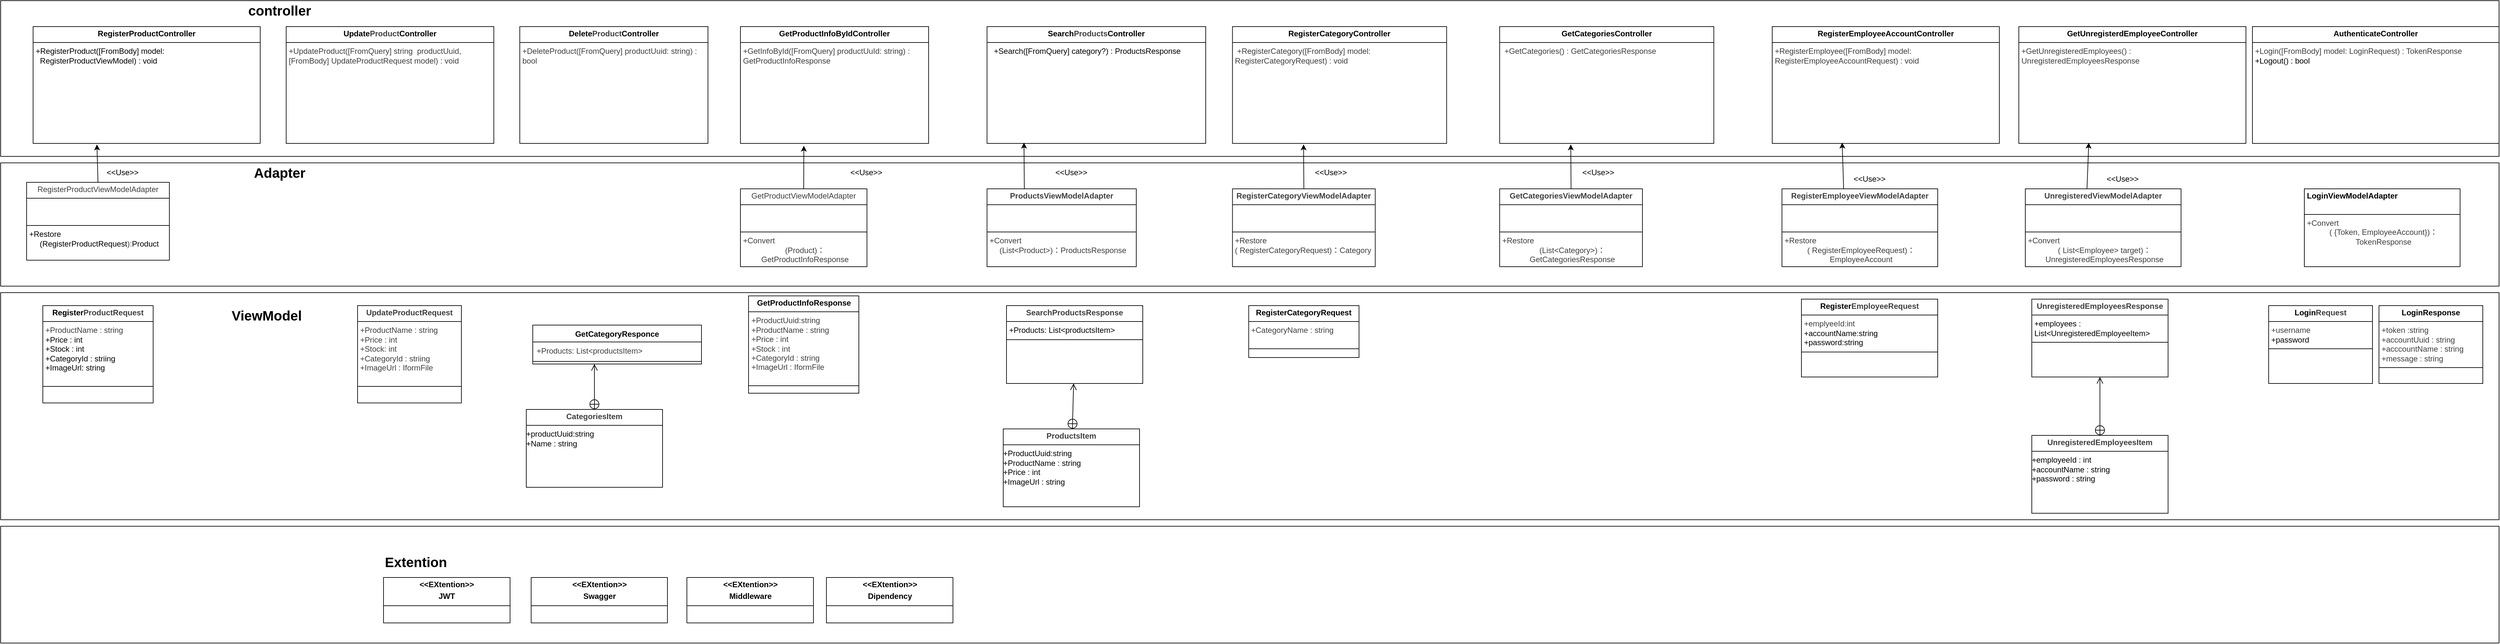
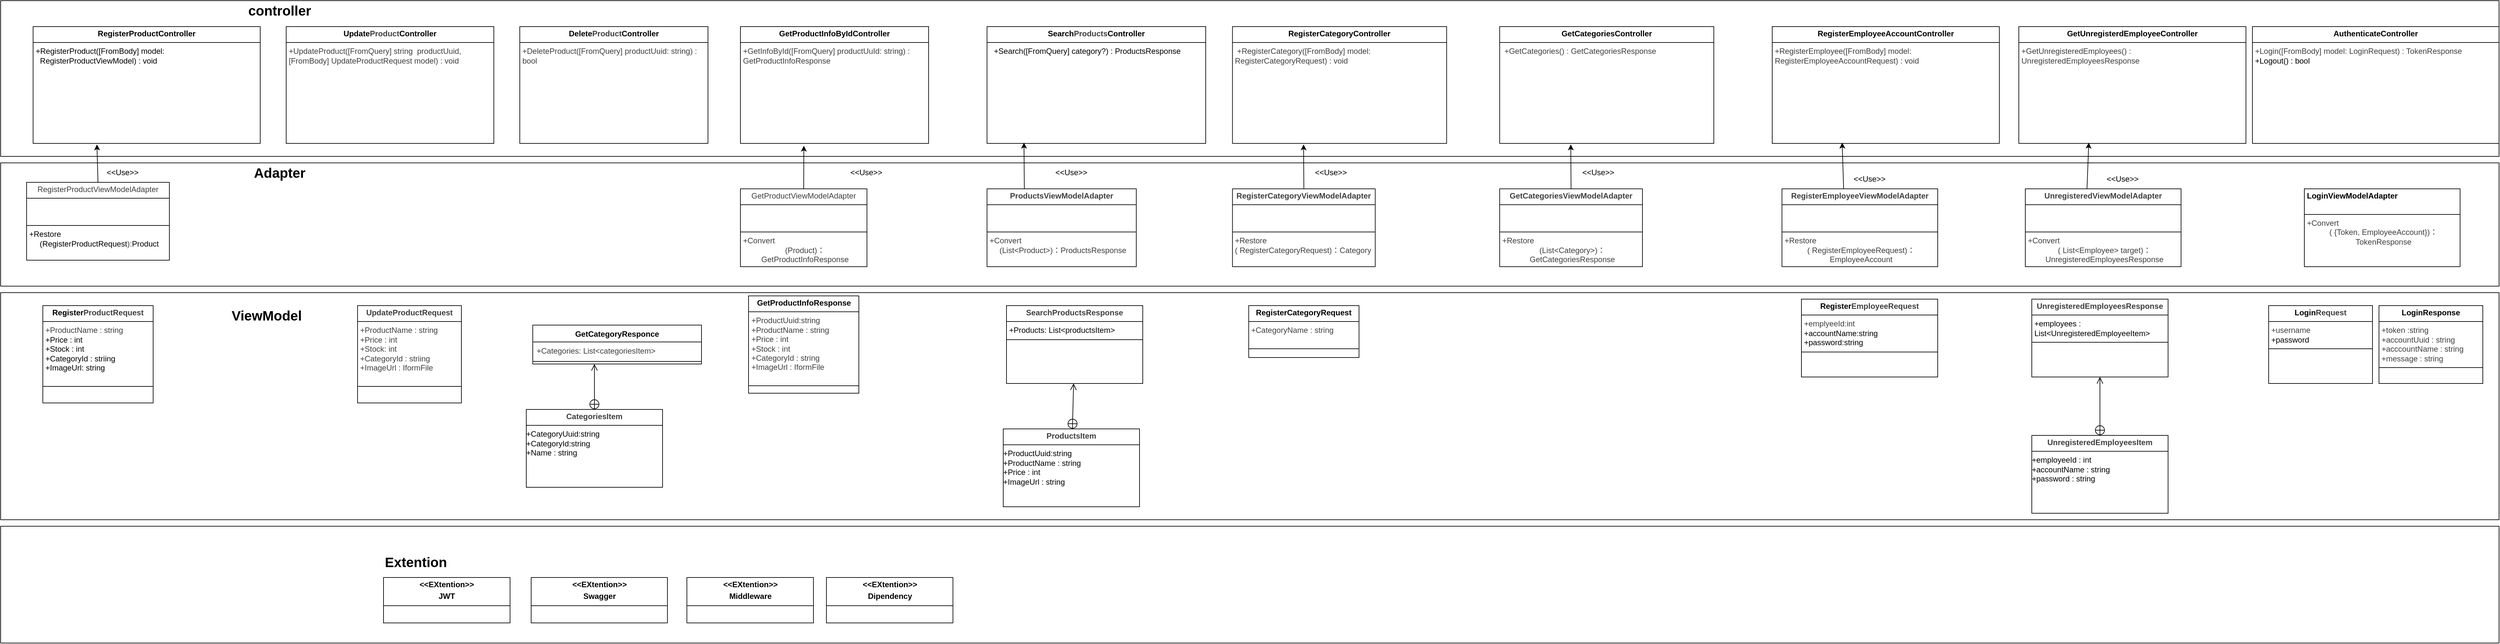
<mxfile host="65bd71144e">
    <diagram id="EApjV0AEF5bl3lN2ML2e" name="ページ1">
        <mxGraphModel dx="2870" dy="493" grid="1" gridSize="10" guides="1" tooltips="1" connect="1" arrows="1" fold="1" page="1" pageScale="1" pageWidth="827" pageHeight="1169" math="0" shadow="0">
            <root>
                <mxCell id="0"/>
                <mxCell id="1" parent="0"/>
                <mxCell id="115" value="" style="rounded=0;whiteSpace=wrap;html=1;" parent="1" vertex="1">
                    <mxGeometry x="-1030" y="1640" width="3850" height="180" as="geometry"/>
                </mxCell>
                <mxCell id="110" value="" style="rounded=0;whiteSpace=wrap;html=1;" parent="1" vertex="1">
                    <mxGeometry x="-1030" y="1280" width="3850" height="350" as="geometry"/>
                </mxCell>
                <mxCell id="108" value="" style="rounded=0;whiteSpace=wrap;html=1;" parent="1" vertex="1">
                    <mxGeometry x="-1030" y="830" width="3850" height="240" as="geometry"/>
                </mxCell>
                <mxCell id="66" value="" style="rounded=0;whiteSpace=wrap;html=1;" parent="1" vertex="1">
                    <mxGeometry x="-1030" y="1080" width="3850" height="190" as="geometry"/>
                </mxCell>
                <mxCell id="2" value="&lt;p style=&quot;margin:0px;margin-top:4px;text-align:center;&quot;&gt;&lt;b&gt;RegisterProductController&lt;/b&gt;&lt;/p&gt;&lt;hr size=&quot;1&quot; style=&quot;border-style:solid;&quot;&gt;&lt;p style=&quot;margin:0px;margin-left:4px;&quot;&gt;+RegisterProduct([FromBody] model:&amp;nbsp; &amp;nbsp;&amp;nbsp;&lt;/p&gt;&lt;p style=&quot;margin:0px;margin-left:4px;&quot;&gt;&amp;nbsp; RegisterProductViewModel) : void&lt;/p&gt;&lt;div&gt;&lt;br&gt;&lt;/div&gt;" style="verticalAlign=top;align=left;overflow=fill;html=1;whiteSpace=wrap;" parent="1" vertex="1">
                    <mxGeometry x="-980" y="870" width="350" height="180" as="geometry"/>
                </mxCell>
                <mxCell id="3" value="&lt;p style=&quot;margin:0px;margin-top:4px;text-align:center;&quot;&gt;&lt;b&gt;Register&lt;span style=&quot;color: rgb(63, 63, 63);&quot;&gt;ProductRequest&lt;/span&gt;&lt;/b&gt;&lt;/p&gt;&lt;hr size=&quot;1&quot; style=&quot;border-style:solid;&quot;&gt;&lt;p style=&quot;margin:0px;margin-left:4px;&quot;&gt;&lt;span style=&quot;color: rgb(63, 63, 63); background-color: transparent;&quot;&gt;+ProductName : string&lt;/span&gt;&lt;/p&gt;&lt;p style=&quot;margin:0px;margin-left:4px;&quot;&gt;+Price : int&lt;/p&gt;&lt;p style=&quot;margin:0px;margin-left:4px;&quot;&gt;+Stock : int&lt;/p&gt;&lt;p style=&quot;margin:0px;margin-left:4px;&quot;&gt;+CategoryId : striing&lt;/p&gt;&lt;p style=&quot;margin:0px;margin-left:4px;&quot;&gt;+ImageUrl: string&lt;/p&gt;&lt;p style=&quot;margin:0px;margin-left:4px;&quot;&gt;&lt;br&gt;&lt;/p&gt;&lt;hr size=&quot;1&quot; style=&quot;border-style:solid;&quot;&gt;&lt;p style=&quot;margin:0px;margin-left:4px;&quot;&gt;&lt;br&gt;&lt;/p&gt;" style="verticalAlign=top;align=left;overflow=fill;html=1;whiteSpace=wrap;" parent="1" vertex="1">
                    <mxGeometry x="-965" y="1300" width="170" height="150" as="geometry"/>
                </mxCell>
                <mxCell id="4" value="&lt;p style=&quot;margin:0px;margin-top:4px;text-align:center;&quot;&gt;&lt;span style=&quot;color: rgb(63, 63, 63); background-color: transparent;&quot;&gt;Register&lt;span style=&quot;color: rgb(63, 63, 63); scrollbar-color: rgb(226, 226, 226) rgb(251, 251, 251);&quot;&gt;Product&lt;/span&gt;ViewModelAdapter&lt;/span&gt;&lt;/p&gt;&lt;hr size=&quot;1&quot; style=&quot;border-style:solid;&quot;&gt;&lt;p style=&quot;margin:0px;margin-left:4px;&quot;&gt;&lt;br&gt;&lt;/p&gt;&lt;p style=&quot;margin:0px;margin-left:4px;&quot;&gt;&lt;br&gt;&lt;/p&gt;&lt;hr size=&quot;1&quot; style=&quot;border-style:solid;&quot;&gt;&lt;p style=&quot;margin:0px;margin-left:4px;&quot;&gt;+Restore&lt;/p&gt;&lt;p style=&quot;text-align: center; margin: 0px 0px 0px 4px;&quot;&gt;&lt;span style=&quot;background-color: transparent;&quot;&gt;(RegisterProductRequest&lt;/span&gt;&lt;span style=&quot;background-color: transparent; color: rgb(63, 63, 63);&quot;&gt;):&lt;/span&gt;&lt;span style=&quot;background-color: transparent;&quot;&gt;Product&lt;/span&gt;&lt;/p&gt;" style="verticalAlign=top;align=left;overflow=fill;html=1;whiteSpace=wrap;" parent="1" vertex="1">
                    <mxGeometry x="-990" y="1110" width="220" height="120" as="geometry"/>
                </mxCell>
                <mxCell id="5" value="&lt;p style=&quot;margin:0px;margin-top:4px;text-align:center;&quot;&gt;&lt;b&gt;Update&lt;/b&gt;&lt;b style=&quot;color: rgb(63, 63, 63); scrollbar-color: rgb(226, 226, 226) rgb(251, 251, 251);&quot;&gt;Product&lt;/b&gt;&lt;b&gt;Controller&lt;/b&gt;&lt;/p&gt;&lt;hr size=&quot;1&quot; style=&quot;border-style:solid;&quot;&gt;&lt;p style=&quot;margin:0px;margin-left:4px;&quot;&gt;&lt;/p&gt;&lt;p style=&quot;margin:0px;margin-left:4px;&quot;&gt;&lt;span style=&quot;color: rgb(63, 63, 63); background-color: transparent;&quot;&gt;+UpdateProduct([FromQuery] string&amp;nbsp; productUuid,&amp;nbsp; [FromBody] UpdateProductRequest model) : void&lt;/span&gt;&lt;/p&gt;" style="verticalAlign=top;align=left;overflow=fill;html=1;whiteSpace=wrap;" parent="1" vertex="1">
                    <mxGeometry x="-590" y="870" width="320" height="180" as="geometry"/>
                </mxCell>
                <mxCell id="6" value="&lt;p style=&quot;margin:0px;margin-top:4px;text-align:center;&quot;&gt;&lt;b&gt;Delete&lt;/b&gt;&lt;b style=&quot;color: rgb(63, 63, 63); scrollbar-color: rgb(226, 226, 226) rgb(251, 251, 251);&quot;&gt;Product&lt;/b&gt;&lt;b&gt;Controller&lt;/b&gt;&lt;/p&gt;&lt;hr size=&quot;1&quot; style=&quot;border-style:solid;&quot;&gt;&lt;p style=&quot;color: rgb(63, 63, 63); scrollbar-color: rgb(226, 226, 226) rgb(251, 251, 251); margin: 0px 0px 0px 4px;&quot;&gt;&lt;span style=&quot;background-color: transparent;&quot;&gt;+DeleteProduct([FromQuery] productUuid: string) : bool&lt;/span&gt;&lt;/p&gt;" style="verticalAlign=top;align=left;overflow=fill;html=1;whiteSpace=wrap;" parent="1" vertex="1">
                    <mxGeometry x="-230" y="870" width="290" height="180" as="geometry"/>
                </mxCell>
                <mxCell id="7" value="&lt;p style=&quot;margin:0px;margin-top:4px;text-align:center;&quot;&gt;&lt;b&gt;Search&lt;/b&gt;&lt;b style=&quot;color: rgb(63, 63, 63); scrollbar-color: rgb(226, 226, 226) rgb(251, 251, 251);&quot;&gt;Products&lt;/b&gt;&lt;b&gt;Controller&lt;/b&gt;&lt;/p&gt;&lt;hr size=&quot;1&quot; style=&quot;border-style:solid;&quot;&gt;&lt;p style=&quot;margin:0px;margin-left:4px;&quot;&gt;&amp;nbsp; +Search([FromQuery] category?) : ProductsResponse&lt;/p&gt;" style="verticalAlign=top;align=left;overflow=fill;html=1;whiteSpace=wrap;" parent="1" vertex="1">
                    <mxGeometry x="490" y="870" width="337" height="180" as="geometry"/>
                </mxCell>
                <mxCell id="8" value="&lt;p style=&quot;margin:0px;margin-top:4px;text-align:center;&quot;&gt;&lt;b&gt;RegisterEmployeeAccountController&lt;/b&gt;&lt;/p&gt;&lt;hr size=&quot;1&quot; style=&quot;border-style:solid;&quot;&gt;&lt;p style=&quot;margin:0px;margin-left:4px;&quot;&gt;&lt;span style=&quot;color: rgb(63, 63, 63); background-color: transparent;&quot;&gt;+RegisterEmployee([FromBody] model: RegisterEmployeeAccountRequest) : void&lt;/span&gt;&lt;/p&gt;&lt;div&gt;&lt;br&gt;&lt;/div&gt;" style="verticalAlign=top;align=left;overflow=fill;html=1;whiteSpace=wrap;" parent="1" vertex="1">
                    <mxGeometry x="1700" y="870" width="350" height="180" as="geometry"/>
                </mxCell>
                <mxCell id="9" value="&lt;p style=&quot;margin:0px;margin-top:4px;text-align:center;&quot;&gt;&lt;b&gt;AuthenticateController&lt;/b&gt;&lt;/p&gt;&lt;hr size=&quot;1&quot; style=&quot;border-style:solid;&quot;&gt;&lt;p style=&quot;margin:0px;margin-left:4px;&quot;&gt;&lt;span style=&quot;color: rgb(63, 63, 63); background-color: transparent;&quot;&gt;+Login([FromBody] model: LoginRequest) : TokenResponse&amp;nbsp;&lt;/span&gt;&lt;/p&gt;&lt;p style=&quot;margin:0px;margin-left:4px;&quot;&gt;+Logout() : bool&lt;/p&gt;" style="verticalAlign=top;align=left;overflow=fill;html=1;whiteSpace=wrap;" parent="1" vertex="1">
                    <mxGeometry x="2440" y="870" width="380" height="180" as="geometry"/>
                </mxCell>
                <mxCell id="10" value="&lt;p style=&quot;margin:0px;margin-top:4px;text-align:center;&quot;&gt;&lt;b&gt;&lt;span style=&quot;background-color: transparent; color: rgb(63, 63, 63); scrollbar-color: rgb(226, 226, 226) rgb(251, 251, 251);&quot;&gt;Update&lt;/span&gt;&lt;span style=&quot;color: rgb(63, 63, 63);&quot;&gt;ProductRequest&lt;/span&gt;&lt;/b&gt;&lt;/p&gt;&lt;hr size=&quot;1&quot; style=&quot;border-style:solid;&quot;&gt;&lt;p style=&quot;color: rgb(63, 63, 63); scrollbar-color: rgb(226, 226, 226) rgb(251, 251, 251); margin: 0px 0px 0px 4px;&quot;&gt;&lt;span style=&quot;scrollbar-color: rgb(226, 226, 226) rgb(251, 251, 251); background-color: transparent; color: rgb(63, 63, 63);&quot;&gt;+ProductName : string&lt;/span&gt;&lt;/p&gt;&lt;p style=&quot;color: rgb(63, 63, 63); scrollbar-color: rgb(226, 226, 226) rgb(251, 251, 251); margin: 0px 0px 0px 4px;&quot;&gt;+Price : int&lt;/p&gt;&lt;p style=&quot;color: rgb(63, 63, 63); scrollbar-color: rgb(226, 226, 226) rgb(251, 251, 251); margin: 0px 0px 0px 4px;&quot;&gt;+Stock: int&lt;/p&gt;&lt;p style=&quot;color: rgb(63, 63, 63); scrollbar-color: rgb(226, 226, 226) rgb(251, 251, 251); margin: 0px 0px 0px 4px;&quot;&gt;+CategoryId : striing&lt;/p&gt;&lt;p style=&quot;color: rgb(63, 63, 63); scrollbar-color: rgb(226, 226, 226) rgb(251, 251, 251); margin: 0px 0px 0px 4px;&quot;&gt;+ImageUrl : IformFile&lt;/p&gt;&lt;p style=&quot;color: rgb(63, 63, 63); scrollbar-color: rgb(226, 226, 226) rgb(251, 251, 251); margin: 0px 0px 0px 4px;&quot;&gt;&lt;br style=&quot;color: rgb(63, 63, 63); scrollbar-color: rgb(226, 226, 226) rgb(251, 251, 251);&quot;&gt;&lt;/p&gt;&lt;hr size=&quot;1&quot; style=&quot;border-style:solid;&quot;&gt;&lt;p style=&quot;margin:0px;margin-left:4px;&quot;&gt;&lt;br&gt;&lt;/p&gt;" style="verticalAlign=top;align=left;overflow=fill;html=1;whiteSpace=wrap;" parent="1" vertex="1">
                    <mxGeometry x="-480" y="1300" width="160" height="150" as="geometry"/>
                </mxCell>
                <mxCell id="12" value="&lt;p style=&quot;margin:0px;margin-top:4px;text-align:center;&quot;&gt;&lt;b&gt;Register&lt;/b&gt;&lt;b style=&quot;scrollbar-color: rgb(226, 226, 226) rgb(251, 251, 251); background-color: transparent; color: rgb(63, 63, 63);&quot;&gt;EmployeeRequest&lt;/b&gt;&lt;/p&gt;&lt;hr size=&quot;1&quot; style=&quot;border-style:solid;&quot;&gt;&lt;p style=&quot;margin:0px;margin-left:4px;&quot;&gt;&lt;span style=&quot;color: rgb(63, 63, 63); background-color: transparent;&quot;&gt;+emplyeeId:int&lt;/span&gt;&lt;/p&gt;&lt;p style=&quot;margin:0px;margin-left:4px;&quot;&gt;+accountName:string&lt;/p&gt;&lt;p style=&quot;margin:0px;margin-left:4px;&quot;&gt;+password:string&lt;/p&gt;&lt;hr size=&quot;1&quot; style=&quot;border-style:solid;&quot;&gt;&lt;p style=&quot;margin:0px;margin-left:4px;&quot;&gt;&lt;br&gt;&lt;/p&gt;" style="verticalAlign=top;align=left;overflow=fill;html=1;whiteSpace=wrap;" parent="1" vertex="1">
                    <mxGeometry x="1745" y="1290" width="210" height="120" as="geometry"/>
                </mxCell>
                <mxCell id="13" value="&lt;p style=&quot;margin:0px;margin-top:4px;text-align:center;&quot;&gt;&lt;b style=&quot;color: rgb(63, 63, 63); background-color: transparent;&quot;&gt;Register&lt;span style=&quot;color: rgb(63, 63, 63);&quot;&gt;Employee&lt;/span&gt;ViewModelAdapter&lt;/b&gt;&lt;/p&gt;&lt;hr size=&quot;1&quot; style=&quot;border-style:solid;&quot;&gt;&lt;p style=&quot;margin:0px;margin-left:4px;&quot;&gt;&lt;br&gt;&lt;/p&gt;&lt;p style=&quot;margin:0px;margin-left:4px;&quot;&gt;&lt;br&gt;&lt;/p&gt;&lt;hr size=&quot;1&quot; style=&quot;border-style:solid;&quot;&gt;&lt;p style=&quot;margin:0px;margin-left:4px;&quot;&gt;&lt;span style=&quot;color: rgb(63, 63, 63); scrollbar-color: rgb(226, 226, 226) rgb(251, 251, 251); background-color: transparent;&quot;&gt;+Restore&lt;/span&gt;&lt;/p&gt;&lt;p style=&quot;text-align: center; margin: 0px 0px 0px 4px;&quot;&gt;&lt;span style=&quot;color: rgb(63, 63, 63); scrollbar-color: rgb(226, 226, 226) rgb(251, 251, 251); background-color: transparent;&quot;&gt;(&lt;/span&gt;&lt;span style=&quot;scrollbar-color: rgb(226, 226, 226) rgb(251, 251, 251); background-color: transparent; text-align: center; color: rgb(63, 63, 63);&quot;&gt;&amp;nbsp;RegisterEmployeeRequest&lt;/span&gt;&lt;span style=&quot;background-color: transparent; scrollbar-color: rgb(226, 226, 226) rgb(251, 251, 251); color: rgb(63, 63, 63);&quot;&gt;)&lt;/span&gt;&lt;span style=&quot;background-color: transparent; color: rgb(63, 63, 63);&quot;&gt;：EmployeeAccount&lt;/span&gt;&lt;/p&gt;" style="verticalAlign=top;align=left;overflow=fill;html=1;whiteSpace=wrap;" parent="1" vertex="1">
                    <mxGeometry x="1715" y="1120" width="240" height="120" as="geometry"/>
                </mxCell>
                <mxCell id="16" value="&lt;p style=&quot;margin:0px;margin-top:4px;text-align:center;&quot;&gt;&lt;b&gt;Login&lt;span style=&quot;color: rgb(63, 63, 63);&quot;&gt;Request&lt;/span&gt;&lt;/b&gt;&lt;/p&gt;&lt;hr size=&quot;1&quot; style=&quot;border-style:solid;&quot;&gt;&lt;p style=&quot;margin:0px;margin-left:4px;&quot;&gt;&lt;span style=&quot;color: rgb(63, 63, 63); background-color: transparent;&quot;&gt;+username&lt;/span&gt;&lt;/p&gt;&lt;p style=&quot;margin:0px;margin-left:4px;&quot;&gt;+password&lt;/p&gt;&lt;hr size=&quot;1&quot; style=&quot;border-style:solid;&quot;&gt;&lt;p style=&quot;margin:0px;margin-left:4px;&quot;&gt;&lt;br&gt;&lt;/p&gt;" style="verticalAlign=top;align=left;overflow=fill;html=1;whiteSpace=wrap;" parent="1" vertex="1">
                    <mxGeometry x="2465" y="1300" width="160" height="120" as="geometry"/>
                </mxCell>
                <mxCell id="17" value="&lt;p style=&quot;margin:0px;margin-top:4px;text-align:center;&quot;&gt;&lt;b&gt;LoginResponse&lt;/b&gt;&lt;/p&gt;&lt;hr size=&quot;1&quot; style=&quot;border-style:solid;&quot;&gt;&lt;p style=&quot;margin:0px;margin-left:4px;&quot;&gt;&lt;span style=&quot;color: rgb(63, 63, 63); background-color: transparent;&quot;&gt;+token :string&lt;/span&gt;&lt;/p&gt;&lt;p style=&quot;margin:0px;margin-left:4px;&quot;&gt;&lt;span style=&quot;color: rgb(63, 63, 63); background-color: transparent;&quot;&gt;+accountUuid : string&lt;/span&gt;&lt;/p&gt;&lt;p style=&quot;margin:0px;margin-left:4px;&quot;&gt;&lt;span style=&quot;color: rgb(63, 63, 63); background-color: transparent;&quot;&gt;+acccountName : string&lt;/span&gt;&lt;/p&gt;&lt;p style=&quot;margin:0px;margin-left:4px;&quot;&gt;&lt;span style=&quot;color: rgb(63, 63, 63); background-color: transparent;&quot;&gt;+message : string&lt;/span&gt;&lt;/p&gt;&lt;hr size=&quot;1&quot; style=&quot;border-style:solid;&quot;&gt;&lt;p style=&quot;margin:0px;margin-left:4px;&quot;&gt;&lt;br&gt;&lt;/p&gt;" style="verticalAlign=top;align=left;overflow=fill;html=1;whiteSpace=wrap;" parent="1" vertex="1">
                    <mxGeometry x="2635" y="1300" width="160" height="120" as="geometry"/>
                </mxCell>
                <mxCell id="18" value="&lt;p style=&quot;margin:0px;margin-top:4px;text-align:center;&quot;&gt;&lt;b&gt;&amp;lt;&amp;lt;EXtention&amp;gt;&amp;gt;&lt;/b&gt;&lt;/p&gt;&lt;p style=&quot;margin:0px;margin-top:4px;text-align:center;&quot;&gt;&lt;b&gt;JWT&lt;/b&gt;&lt;/p&gt;&lt;hr size=&quot;1&quot; style=&quot;border-style:solid;&quot;&gt;&lt;p style=&quot;margin:0px;margin-left:4px;&quot;&gt;&lt;br&gt;&lt;/p&gt;&lt;p style=&quot;margin:0px;margin-left:4px;&quot;&gt;&lt;br&gt;&lt;/p&gt;&lt;hr size=&quot;1&quot; style=&quot;border-style:solid;&quot;&gt;&lt;p style=&quot;margin:0px;margin-left:4px;&quot;&gt;&lt;br&gt;&lt;/p&gt;&lt;p style=&quot;margin:0px;margin-left:4px;&quot;&gt;&lt;br&gt;&lt;/p&gt;" style="verticalAlign=top;align=left;overflow=fill;html=1;whiteSpace=wrap;" parent="1" vertex="1">
                    <mxGeometry x="-440" y="1719" width="195" height="70" as="geometry"/>
                </mxCell>
                <mxCell id="19" value="&lt;p style=&quot;margin:0px;margin-top:4px;text-align:center;&quot;&gt;&lt;b&gt;&amp;lt;&amp;lt;EXtention&amp;gt;&amp;gt;&lt;/b&gt;&lt;/p&gt;&lt;p style=&quot;margin:0px;margin-top:4px;text-align:center;&quot;&gt;&lt;b&gt;Swagger&lt;/b&gt;&lt;/p&gt;&lt;hr size=&quot;1&quot; style=&quot;border-style:solid;&quot;&gt;&lt;p style=&quot;margin:0px;margin-left:4px;&quot;&gt;&lt;br&gt;&lt;/p&gt;&lt;p style=&quot;margin:0px;margin-left:4px;&quot;&gt;&lt;br&gt;&lt;/p&gt;&lt;hr size=&quot;1&quot; style=&quot;border-style:solid;&quot;&gt;&lt;p style=&quot;margin:0px;margin-left:4px;&quot;&gt;&lt;br&gt;&lt;/p&gt;" style="verticalAlign=top;align=left;overflow=fill;html=1;whiteSpace=wrap;" parent="1" vertex="1">
                    <mxGeometry x="-212.5" y="1719" width="210" height="70" as="geometry"/>
                </mxCell>
                <mxCell id="20" value="&lt;p style=&quot;margin:0px;margin-top:4px;text-align:center;&quot;&gt;&lt;b&gt;&amp;lt;&amp;lt;EXtention&amp;gt;&amp;gt;&lt;/b&gt;&lt;/p&gt;&lt;p style=&quot;margin:0px;margin-top:4px;text-align:center;&quot;&gt;&lt;b&gt;Middleware&lt;/b&gt;&lt;/p&gt;&lt;hr size=&quot;1&quot; style=&quot;border-style:solid;&quot;&gt;&lt;p style=&quot;margin:0px;margin-left:4px;&quot;&gt;&lt;br&gt;&lt;/p&gt;&lt;hr size=&quot;1&quot; style=&quot;border-style:solid;&quot;&gt;&lt;p style=&quot;margin:0px;margin-left:4px;&quot;&gt;&lt;br&gt;&lt;/p&gt;" style="verticalAlign=top;align=left;overflow=fill;html=1;whiteSpace=wrap;" parent="1" vertex="1">
                    <mxGeometry x="27.5" y="1719" width="195" height="70" as="geometry"/>
                </mxCell>
                <mxCell id="21" value="&lt;p style=&quot;margin:0px;margin-top:4px;text-align:center;&quot;&gt;&lt;b&gt;&amp;lt;&amp;lt;EXtention&amp;gt;&amp;gt;&lt;/b&gt;&lt;/p&gt;&lt;p style=&quot;margin:0px;margin-top:4px;text-align:center;&quot;&gt;&lt;b&gt;Dipendency&lt;/b&gt;&lt;/p&gt;&lt;hr size=&quot;1&quot; style=&quot;border-style:solid;&quot;&gt;&lt;p style=&quot;margin:0px;margin-left:4px;&quot;&gt;&lt;br&gt;&lt;/p&gt;&lt;hr size=&quot;1&quot; style=&quot;border-style:solid;&quot;&gt;&lt;p style=&quot;margin:0px;margin-left:4px;&quot;&gt;&lt;br&gt;&lt;/p&gt;&lt;p style=&quot;margin:0px;margin-left:4px;&quot;&gt;&lt;br&gt;&lt;/p&gt;" style="verticalAlign=top;align=left;overflow=fill;html=1;whiteSpace=wrap;" parent="1" vertex="1">
                    <mxGeometry x="242.5" y="1719" width="195" height="70" as="geometry"/>
                </mxCell>
                <mxCell id="22" value="&lt;p style=&quot;margin:0px;margin-top:4px;text-align:center;&quot;&gt;&lt;b&gt;RegisterCategoryController&lt;/b&gt;&lt;/p&gt;&lt;hr size=&quot;1&quot; style=&quot;border-style:solid;&quot;&gt;&lt;p style=&quot;margin:0px;margin-left:4px;&quot;&gt;&lt;/p&gt;&lt;p style=&quot;margin:0px;margin-left:4px;&quot;&gt;&lt;span style=&quot;color: rgb(63, 63, 63); background-color: transparent;&quot;&gt;&amp;nbsp;+RegisterCategory([FromBody] model: RegisterCategoryRequest) : void&lt;/span&gt;&lt;/p&gt;" style="verticalAlign=top;align=left;overflow=fill;html=1;whiteSpace=wrap;" parent="1" vertex="1">
                    <mxGeometry x="868.25" y="870" width="330" height="180" as="geometry"/>
                </mxCell>
                <mxCell id="23" value="&lt;p style=&quot;margin:0px;margin-top:4px;text-align:center;&quot;&gt;&lt;b&gt;RegisterCategoryRequest&lt;/b&gt;&lt;/p&gt;&lt;hr size=&quot;1&quot; style=&quot;border-style:solid;&quot;&gt;&lt;p style=&quot;color: rgb(63, 63, 63); scrollbar-color: rgb(226, 226, 226) rgb(251, 251, 251); margin: 0px 0px 0px 4px;&quot;&gt;+CategoryName : string&lt;/p&gt;&lt;p style=&quot;margin:0px;margin-left:4px;&quot;&gt;&lt;br&gt;&lt;/p&gt;&lt;hr size=&quot;1&quot; style=&quot;border-style:solid;&quot;&gt;&lt;p style=&quot;margin:0px;margin-left:4px;&quot;&gt;&lt;br&gt;&lt;/p&gt;" style="verticalAlign=top;align=left;overflow=fill;html=1;whiteSpace=wrap;" parent="1" vertex="1">
                    <mxGeometry x="893.25" y="1300" width="170" height="80" as="geometry"/>
                </mxCell>
                <mxCell id="26" style="edgeStyle=none;html=1;exitX=0.5;exitY=0;exitDx=0;exitDy=0;entryX=0.281;entryY=1.009;entryDx=0;entryDy=0;entryPerimeter=0;" parent="1" source="4" target="2" edge="1">
                    <mxGeometry relative="1" as="geometry"/>
                </mxCell>
                <mxCell id="31" value="&lt;p style=&quot;margin:0px;margin-top:4px;text-align:center;&quot;&gt;&lt;b style=&quot;color: rgb(63, 63, 63); background-color: transparent;&quot;&gt;RegisterCategoryViewModelAdapter&lt;/b&gt;&lt;/p&gt;&lt;hr size=&quot;1&quot; style=&quot;border-style:solid;&quot;&gt;&lt;p style=&quot;margin:0px;margin-left:4px;&quot;&gt;&lt;br&gt;&lt;/p&gt;&lt;p style=&quot;margin:0px;margin-left:4px;&quot;&gt;&lt;br&gt;&lt;/p&gt;&lt;hr size=&quot;1&quot; style=&quot;border-style:solid;&quot;&gt;&lt;p style=&quot;margin:0px;margin-left:4px;&quot;&gt;&lt;span style=&quot;color: rgb(63, 63, 63); scrollbar-color: rgb(226, 226, 226) rgb(251, 251, 251); background-color: transparent;&quot;&gt;+Restore&lt;/span&gt;&lt;/p&gt;&lt;p style=&quot;margin:0px;margin-left:4px;&quot;&gt;&lt;span style=&quot;color: rgb(63, 63, 63); scrollbar-color: rgb(226, 226, 226) rgb(251, 251, 251); background-color: transparent;&quot;&gt;(&lt;/span&gt;&lt;span style=&quot;scrollbar-color: rgb(226, 226, 226) rgb(251, 251, 251); background-color: transparent; text-align: center; color: rgb(63, 63, 63);&quot;&gt;&amp;nbsp;RegisterCategoryRequest&lt;/span&gt;&lt;span style=&quot;background-color: transparent; scrollbar-color: rgb(226, 226, 226) rgb(251, 251, 251); color: rgb(63, 63, 63);&quot;&gt;)&lt;/span&gt;&lt;span style=&quot;background-color: transparent; color: rgb(63, 63, 63);&quot;&gt;：Category&lt;/span&gt;&lt;/p&gt;" style="verticalAlign=top;align=left;overflow=fill;html=1;whiteSpace=wrap;" parent="1" vertex="1">
                    <mxGeometry x="868.25" y="1120" width="220" height="120" as="geometry"/>
                </mxCell>
                <mxCell id="33" style="edgeStyle=none;html=1;exitX=0.5;exitY=0;exitDx=0;exitDy=0;entryX=0.332;entryY=1.009;entryDx=0;entryDy=0;entryPerimeter=0;" parent="1" source="31" target="22" edge="1">
                    <mxGeometry relative="1" as="geometry"/>
                </mxCell>
                <mxCell id="34" style="edgeStyle=none;html=1;exitX=0.396;exitY=0;exitDx=0;exitDy=0;entryX=0.308;entryY=0.994;entryDx=0;entryDy=0;entryPerimeter=0;exitPerimeter=0;" parent="1" source="13" target="8" edge="1">
                    <mxGeometry relative="1" as="geometry"/>
                </mxCell>
                <mxCell id="38" value="&amp;lt;&amp;lt;Use&amp;gt;&amp;gt;" style="text;html=1;align=center;verticalAlign=middle;whiteSpace=wrap;rounded=0;" parent="1" vertex="1">
                    <mxGeometry x="1820" y="1090" width="60" height="30" as="geometry"/>
                </mxCell>
                <mxCell id="39" value="&amp;lt;&amp;lt;Use&amp;gt;&amp;gt;" style="text;html=1;align=center;verticalAlign=middle;whiteSpace=wrap;rounded=0;" parent="1" vertex="1">
                    <mxGeometry x="990" y="1080" width="60" height="30" as="geometry"/>
                </mxCell>
                <mxCell id="42" value="&amp;lt;&amp;lt;Use&amp;gt;&amp;gt;" style="text;html=1;align=center;verticalAlign=middle;whiteSpace=wrap;rounded=0;" parent="1" vertex="1">
                    <mxGeometry x="-871.75" y="1080" width="60" height="30" as="geometry"/>
                </mxCell>
                <mxCell id="47" value="controller" style="text;html=1;align=center;verticalAlign=middle;whiteSpace=wrap;rounded=0;fontStyle=1;fontSize=21;" parent="1" vertex="1">
                    <mxGeometry x="-630" y="830" width="60" height="30" as="geometry"/>
                </mxCell>
                <mxCell id="64" value="Adapter" style="text;html=1;align=center;verticalAlign=middle;whiteSpace=wrap;rounded=0;fontStyle=1;fontSize=21;" parent="1" vertex="1">
                    <mxGeometry x="-630" y="1080" width="60" height="30" as="geometry"/>
                </mxCell>
                <mxCell id="67" value="ViewModel" style="text;html=1;align=center;verticalAlign=middle;whiteSpace=wrap;rounded=0;fontStyle=1;fontSize=21;" parent="1" vertex="1">
                    <mxGeometry x="-650" y="1300" width="60" height="30" as="geometry"/>
                </mxCell>
                <mxCell id="68" value="Extention" style="text;html=1;align=center;verticalAlign=middle;whiteSpace=wrap;rounded=0;fontStyle=1;fontSize=21;" parent="1" vertex="1">
                    <mxGeometry x="-420" y="1680" width="60" height="30" as="geometry"/>
                </mxCell>
                <mxCell id="80" value="&lt;p style=&quot;margin:0px;margin-top:4px;text-align:center;&quot;&gt;&lt;span style=&quot;color: rgb(63, 63, 63); background-color: transparent;&quot;&gt;&lt;b&gt;&lt;span style=&quot;color: rgb(63, 63, 63);&quot;&gt;Products&lt;/span&gt;ViewModelAdapter&lt;/b&gt;&lt;/span&gt;&lt;/p&gt;&lt;hr size=&quot;1&quot; style=&quot;border-style:solid;&quot;&gt;&lt;p style=&quot;margin:0px;margin-left:4px;&quot;&gt;&lt;br&gt;&lt;/p&gt;&lt;p style=&quot;margin:0px;margin-left:4px;&quot;&gt;&lt;br&gt;&lt;/p&gt;&lt;hr size=&quot;1&quot; style=&quot;border-style:solid;&quot;&gt;&lt;p style=&quot;margin:0px;margin-left:4px;&quot;&gt;&lt;span style=&quot;color: rgb(63, 63, 63); scrollbar-color: rgb(226, 226, 226) rgb(251, 251, 251); background-color: transparent;&quot;&gt;+Convert&lt;/span&gt;&lt;/p&gt;&lt;p style=&quot;text-align: center; margin: 0px 0px 0px 4px;&quot;&gt;&lt;span style=&quot;color: rgb(63, 63, 63); scrollbar-color: rgb(226, 226, 226) rgb(251, 251, 251); background-color: transparent;&quot;&gt;(List&amp;lt;Product&amp;gt;&lt;/span&gt;&lt;span style=&quot;background-color: transparent; scrollbar-color: rgb(226, 226, 226) rgb(251, 251, 251); color: rgb(63, 63, 63);&quot;&gt;)&lt;/span&gt;&lt;span style=&quot;background-color: transparent; color: rgb(63, 63, 63);&quot;&gt;：&lt;/span&gt;&lt;span style=&quot;background-color: transparent; scrollbar-color: rgb(226, 226, 226) rgb(251, 251, 251); color: rgb(63, 63, 63);&quot;&gt;ProductsResponse&lt;/span&gt;&lt;/p&gt;" style="verticalAlign=top;align=left;overflow=fill;html=1;whiteSpace=wrap;" parent="1" vertex="1">
                    <mxGeometry x="490" y="1120" width="230" height="120" as="geometry"/>
                </mxCell>
                <mxCell id="81" value="&amp;lt;&amp;lt;Use&amp;gt;&amp;gt;" style="text;html=1;align=center;verticalAlign=middle;whiteSpace=wrap;rounded=0;" parent="1" vertex="1">
                    <mxGeometry x="590" y="1080" width="60" height="30" as="geometry"/>
                </mxCell>
                <mxCell id="82" style="edgeStyle=none;html=1;exitX=0.25;exitY=0;exitDx=0;exitDy=0;entryX=0.169;entryY=0.994;entryDx=0;entryDy=0;entryPerimeter=0;" parent="1" source="80" target="7" edge="1">
                    <mxGeometry relative="1" as="geometry"/>
                </mxCell>
                <mxCell id="84" value="&lt;p style=&quot;margin:0px;margin-top:4px;text-align:center;&quot;&gt;&lt;b&gt;GetUnregisterdEmployeeController&lt;/b&gt;&lt;/p&gt;&lt;hr size=&quot;1&quot; style=&quot;border-style:solid;&quot;&gt;&lt;p style=&quot;margin:0px;margin-left:4px;&quot;&gt;&lt;span style=&quot;color: rgb(63, 63, 63); background-color: transparent;&quot;&gt;+GetUnregisteredEmployees() : UnregisteredEmployeesResponse&lt;/span&gt;&lt;/p&gt;&lt;div&gt;&lt;br&gt;&lt;/div&gt;" style="verticalAlign=top;align=left;overflow=fill;html=1;whiteSpace=wrap;" parent="1" vertex="1">
                    <mxGeometry x="2080" y="870" width="350" height="180" as="geometry"/>
                </mxCell>
                <mxCell id="85" value="&lt;p style=&quot;margin:0px;margin-top:4px;text-align:center;&quot;&gt;&lt;b style=&quot;color: rgb(63, 63, 63); background-color: transparent;&quot;&gt;UnregisteredViewModelAdapter&lt;/b&gt;&lt;/p&gt;&lt;hr size=&quot;1&quot; style=&quot;border-style:solid;&quot;&gt;&lt;p style=&quot;margin:0px;margin-left:4px;&quot;&gt;&lt;br&gt;&lt;/p&gt;&lt;p style=&quot;margin:0px;margin-left:4px;&quot;&gt;&lt;br&gt;&lt;/p&gt;&lt;hr size=&quot;1&quot; style=&quot;border-style:solid;&quot;&gt;&lt;p style=&quot;margin:0px;margin-left:4px;&quot;&gt;&lt;span style=&quot;color: rgb(63, 63, 63); scrollbar-color: rgb(226, 226, 226) rgb(251, 251, 251); background-color: transparent;&quot;&gt;+Convert&lt;/span&gt;&lt;/p&gt;&lt;p style=&quot;text-align: center; margin: 0px 0px 0px 4px;&quot;&gt;&lt;span style=&quot;color: rgb(63, 63, 63); scrollbar-color: rgb(226, 226, 226) rgb(251, 251, 251); background-color: transparent;&quot;&gt;(&lt;/span&gt;&lt;span style=&quot;scrollbar-color: rgb(226, 226, 226) rgb(251, 251, 251); background-color: transparent; text-align: center; color: rgb(63, 63, 63);&quot;&gt;&amp;nbsp;List&amp;lt;Employee&amp;gt; target&lt;/span&gt;&lt;span style=&quot;background-color: transparent; scrollbar-color: rgb(226, 226, 226) rgb(251, 251, 251); color: rgb(63, 63, 63);&quot;&gt;)&lt;/span&gt;&lt;span style=&quot;background-color: transparent; color: rgb(63, 63, 63);&quot;&gt;：UnregisteredEmployeesResponse&lt;/span&gt;&lt;/p&gt;" style="verticalAlign=top;align=left;overflow=fill;html=1;whiteSpace=wrap;" parent="1" vertex="1">
                    <mxGeometry x="2090" y="1120" width="240" height="120" as="geometry"/>
                </mxCell>
                <mxCell id="86" style="edgeStyle=none;html=1;exitX=0.396;exitY=0;exitDx=0;exitDy=0;entryX=0.308;entryY=0.994;entryDx=0;entryDy=0;entryPerimeter=0;exitPerimeter=0;" parent="1" source="85" target="84" edge="1">
                    <mxGeometry relative="1" as="geometry"/>
                </mxCell>
                <mxCell id="87" value="&amp;lt;&amp;lt;Use&amp;gt;&amp;gt;" style="text;html=1;align=center;verticalAlign=middle;whiteSpace=wrap;rounded=0;" parent="1" vertex="1">
                    <mxGeometry x="2210" y="1090" width="60" height="30" as="geometry"/>
                </mxCell>
                <mxCell id="88" value="&lt;p style=&quot;margin:0px;margin-top:4px;text-align:center;&quot;&gt;&lt;b&gt;GetCategoriesController&lt;/b&gt;&lt;/p&gt;&lt;hr size=&quot;1&quot; style=&quot;border-style:solid;&quot;&gt;&lt;p style=&quot;margin:0px;margin-left:4px;&quot;&gt;&lt;span style=&quot;color: rgb(63, 63, 63); background-color: transparent;&quot;&gt;&amp;nbsp;+GetCategories() : GetCategoriesResponse&lt;/span&gt;&lt;/p&gt;" style="verticalAlign=top;align=left;overflow=fill;html=1;whiteSpace=wrap;" parent="1" vertex="1">
                    <mxGeometry x="1280" y="870" width="330" height="180" as="geometry"/>
                </mxCell>
                <mxCell id="89" value="&lt;p style=&quot;margin:0px;margin-top:4px;text-align:center;&quot;&gt;&lt;b style=&quot;color: rgb(63, 63, 63); background-color: transparent;&quot;&gt;GetCategoriesViewModelAdapter&lt;/b&gt;&lt;/p&gt;&lt;hr size=&quot;1&quot; style=&quot;border-style:solid;&quot;&gt;&lt;p style=&quot;margin:0px;margin-left:4px;&quot;&gt;&lt;br&gt;&lt;/p&gt;&lt;p style=&quot;margin:0px;margin-left:4px;&quot;&gt;&lt;br&gt;&lt;/p&gt;&lt;hr size=&quot;1&quot; style=&quot;border-style:solid;&quot;&gt;&lt;p style=&quot;margin:0px;margin-left:4px;&quot;&gt;&lt;span style=&quot;color: rgb(63, 63, 63); scrollbar-color: rgb(226, 226, 226) rgb(251, 251, 251); background-color: transparent;&quot;&gt;+&lt;/span&gt;&lt;span style=&quot;background-color: transparent; color: rgb(63, 63, 63);&quot;&gt;Restore&lt;/span&gt;&lt;/p&gt;&lt;p style=&quot;text-align: center; margin: 0px 0px 0px 4px;&quot;&gt;&lt;span style=&quot;color: rgb(63, 63, 63); scrollbar-color: rgb(226, 226, 226) rgb(251, 251, 251); background-color: transparent;&quot;&gt;(List&amp;lt;Category&amp;gt;&lt;/span&gt;&lt;span style=&quot;background-color: transparent; scrollbar-color: rgb(226, 226, 226) rgb(251, 251, 251); color: rgb(63, 63, 63);&quot;&gt;)&lt;/span&gt;&lt;span style=&quot;background-color: transparent; color: rgb(63, 63, 63);&quot;&gt;：GetCategoriesResponse&lt;/span&gt;&lt;/p&gt;" style="verticalAlign=top;align=left;overflow=fill;html=1;whiteSpace=wrap;" parent="1" vertex="1">
                    <mxGeometry x="1280" y="1120" width="220" height="120" as="geometry"/>
                </mxCell>
                <mxCell id="90" style="edgeStyle=none;html=1;exitX=0.5;exitY=0;exitDx=0;exitDy=0;entryX=0.332;entryY=1.009;entryDx=0;entryDy=0;entryPerimeter=0;" parent="1" source="89" target="88" edge="1">
                    <mxGeometry relative="1" as="geometry"/>
                </mxCell>
                <mxCell id="91" value="&amp;lt;&amp;lt;Use&amp;gt;&amp;gt;" style="text;html=1;align=center;verticalAlign=middle;whiteSpace=wrap;rounded=0;" parent="1" vertex="1">
                    <mxGeometry x="1401.75" y="1080" width="60" height="30" as="geometry"/>
                </mxCell>
                <mxCell id="92" style="edgeStyle=none;html=1;exitX=0.5;exitY=0;exitDx=0;exitDy=0;entryX=0.337;entryY=1.02;entryDx=0;entryDy=0;entryPerimeter=0;" parent="1" source="94" target="93" edge="1">
                    <mxGeometry relative="1" as="geometry"/>
                </mxCell>
                <mxCell id="93" value="&lt;p style=&quot;margin:0px;margin-top:4px;text-align:center;&quot;&gt;&lt;b&gt;GetProductInfoByIdController&lt;/b&gt;&lt;/p&gt;&lt;hr size=&quot;1&quot; style=&quot;border-style:solid;&quot;&gt;&lt;p style=&quot;color: rgb(63, 63, 63); scrollbar-color: rgb(226, 226, 226) rgb(251, 251, 251); margin: 0px 0px 0px 4px;&quot;&gt;&lt;span style=&quot;background-color: transparent;&quot;&gt;+GetInfoById([FromQuery] productUuId: string) : GetProductInfoResponse&lt;/span&gt;&lt;/p&gt;" style="verticalAlign=top;align=left;overflow=fill;html=1;whiteSpace=wrap;" parent="1" vertex="1">
                    <mxGeometry x="110" y="870" width="290" height="180" as="geometry"/>
                </mxCell>
                <mxCell id="94" value="&lt;p style=&quot;margin:0px;margin-top:4px;text-align:center;&quot;&gt;&lt;span style=&quot;color: rgb(63, 63, 63); background-color: transparent;&quot;&gt;&lt;span style=&quot;color: rgb(63, 63, 63);&quot;&gt;GetProduct&lt;/span&gt;ViewModelAdapter&lt;/span&gt;&lt;/p&gt;&lt;hr size=&quot;1&quot; style=&quot;border-style:solid;&quot;&gt;&lt;p style=&quot;margin:0px;margin-left:4px;&quot;&gt;&lt;br&gt;&lt;/p&gt;&lt;p style=&quot;margin:0px;margin-left:4px;&quot;&gt;&lt;br&gt;&lt;/p&gt;&lt;hr size=&quot;1&quot; style=&quot;border-style:solid;&quot;&gt;&lt;p style=&quot;margin:0px;margin-left:4px;&quot;&gt;&lt;span style=&quot;color: rgb(63, 63, 63); scrollbar-color: rgb(226, 226, 226) rgb(251, 251, 251); background-color: transparent;&quot;&gt;+Convert&lt;/span&gt;&lt;/p&gt;&lt;p style=&quot;text-align: center; margin: 0px 0px 0px 4px;&quot;&gt;&lt;span style=&quot;color: rgb(63, 63, 63); scrollbar-color: rgb(226, 226, 226) rgb(251, 251, 251); background-color: transparent;&quot;&gt;(Product&lt;/span&gt;&lt;span style=&quot;background-color: transparent; scrollbar-color: rgb(226, 226, 226) rgb(251, 251, 251); color: rgb(63, 63, 63);&quot;&gt;)&lt;/span&gt;&lt;span style=&quot;background-color: transparent; color: rgb(63, 63, 63);&quot;&gt;：GetProductInfoResponse&lt;/span&gt;&lt;/p&gt;" style="verticalAlign=top;align=left;overflow=fill;html=1;whiteSpace=wrap;" parent="1" vertex="1">
                    <mxGeometry x="110" y="1120" width="195" height="120" as="geometry"/>
                </mxCell>
                <mxCell id="95" value="&amp;lt;&amp;lt;Use&amp;gt;&amp;gt;" style="text;html=1;align=center;verticalAlign=middle;whiteSpace=wrap;rounded=0;" parent="1" vertex="1">
                    <mxGeometry x="273.75" y="1080" width="60" height="30" as="geometry"/>
                </mxCell>
                <mxCell id="98" value="&lt;p style=&quot;margin:0px;margin-top:4px;text-align:center;&quot;&gt;&lt;span style=&quot;color: rgb(63, 63, 63);&quot;&gt;&lt;b&gt;UnregisteredEmployeesResponse&lt;/b&gt;&lt;/span&gt;&lt;/p&gt;&lt;hr size=&quot;1&quot; style=&quot;border-style:solid;&quot;&gt;&lt;p style=&quot;margin:0px;margin-left:4px;&quot;&gt;+employees : List&amp;lt;UnregisteredEmployeeItem&amp;gt;&amp;nbsp;&lt;/p&gt;&lt;hr size=&quot;1&quot; style=&quot;border-style:solid;&quot;&gt;&lt;p style=&quot;margin:0px;margin-left:4px;&quot;&gt;&lt;br&gt;&lt;/p&gt;" style="verticalAlign=top;align=left;overflow=fill;html=1;whiteSpace=wrap;" parent="1" vertex="1">
                    <mxGeometry x="2100" y="1290" width="210" height="120" as="geometry"/>
                </mxCell>
                <mxCell id="99" value="&lt;p style=&quot;margin:0px;margin-top:4px;text-align:center;&quot;&gt;&lt;span style=&quot;color: rgb(63, 63, 63);&quot;&gt;&lt;b&gt;UnregisteredEmployeesItem&lt;/b&gt;&lt;/span&gt;&lt;/p&gt;&lt;hr size=&quot;1&quot; style=&quot;border-style:solid;&quot;&gt;&lt;p style=&quot;margin:0px;margin-left:4px;&quot;&gt;&lt;/p&gt;&lt;p style=&quot;margin:0px;margin-left:4px;&quot;&gt;&lt;/p&gt;+employeeId : int&amp;nbsp;&lt;div&gt;+accountName : string&amp;nbsp;&lt;/div&gt;&lt;div&gt;+password : string&lt;/div&gt;" style="verticalAlign=top;align=left;overflow=fill;html=1;whiteSpace=wrap;" parent="1" vertex="1">
                    <mxGeometry x="2100" y="1500" width="210" height="120" as="geometry"/>
                </mxCell>
                <mxCell id="101" value="&lt;p style=&quot;margin:0px;margin-top:4px;text-align:center;&quot;&gt;&lt;span style=&quot;color: rgb(63, 63, 63);&quot;&gt;&lt;b&gt;SearchProductsResponse&lt;/b&gt;&lt;/span&gt;&lt;/p&gt;&lt;hr size=&quot;1&quot; style=&quot;border-style:solid;&quot;&gt;&lt;p style=&quot;margin:0px;margin-left:4px;&quot;&gt;+Products: List&amp;lt;productsItem&amp;gt;&amp;nbsp;&lt;/p&gt;&lt;hr size=&quot;1&quot; style=&quot;border-style:solid;&quot;&gt;&lt;p style=&quot;margin:0px;margin-left:4px;&quot;&gt;&lt;br&gt;&lt;/p&gt;" style="verticalAlign=top;align=left;overflow=fill;html=1;whiteSpace=wrap;" parent="1" vertex="1">
                    <mxGeometry x="520" y="1300" width="210" height="120" as="geometry"/>
                </mxCell>
                <mxCell id="102" value="&lt;p style=&quot;margin:0px;margin-top:4px;text-align:center;&quot;&gt;&lt;span style=&quot;color: rgb(63, 63, 63);&quot;&gt;&lt;b&gt;ProductsItem&lt;/b&gt;&lt;/span&gt;&lt;/p&gt;&lt;hr size=&quot;1&quot; style=&quot;border-style:solid;&quot;&gt;&lt;p style=&quot;margin:0px;margin-left:4px;&quot;&gt;&lt;/p&gt;&lt;p style=&quot;margin:0px;margin-left:4px;&quot;&gt;&lt;/p&gt;+ProductUuid:string&lt;div&gt;+ProductName : string&amp;nbsp;&lt;/div&gt;&lt;div&gt;+Price : int&lt;/div&gt;&lt;div&gt;+ImageUrl : string&lt;/div&gt;" style="verticalAlign=top;align=left;overflow=fill;html=1;whiteSpace=wrap;" parent="1" vertex="1">
                    <mxGeometry x="515" y="1490" width="210" height="120" as="geometry"/>
                </mxCell>
                <mxCell id="103" value="&lt;p style=&quot;margin:0px;margin-top:4px;text-align:center;&quot;&gt;&lt;b&gt;GetProductInfoResponse&lt;/b&gt;&lt;/p&gt;&lt;hr size=&quot;1&quot; style=&quot;border-style:solid;&quot;&gt;&lt;p style=&quot;color: rgb(63, 63, 63); scrollbar-color: rgb(226, 226, 226) rgb(251, 251, 251); margin: 0px 0px 0px 4px;&quot;&gt;&lt;span style=&quot;scrollbar-color: rgb(226, 226, 226) rgb(251, 251, 251); background-color: transparent; color: rgb(63, 63, 63);&quot;&gt;+ProductUuid:string&lt;/span&gt;&lt;/p&gt;&lt;p style=&quot;color: rgb(63, 63, 63); scrollbar-color: rgb(226, 226, 226) rgb(251, 251, 251); margin: 0px 0px 0px 4px;&quot;&gt;&lt;span style=&quot;scrollbar-color: rgb(226, 226, 226) rgb(251, 251, 251); background-color: transparent; color: rgb(63, 63, 63);&quot;&gt;+ProductName : string&lt;/span&gt;&lt;/p&gt;&lt;p style=&quot;color: rgb(63, 63, 63); scrollbar-color: rgb(226, 226, 226) rgb(251, 251, 251); margin: 0px 0px 0px 4px;&quot;&gt;+Price : int&lt;/p&gt;&lt;p style=&quot;color: rgb(63, 63, 63); scrollbar-color: rgb(226, 226, 226) rgb(251, 251, 251); margin: 0px 0px 0px 4px;&quot;&gt;+Stock : int&lt;/p&gt;&lt;p style=&quot;color: rgb(63, 63, 63); scrollbar-color: rgb(226, 226, 226) rgb(251, 251, 251); margin: 0px 0px 0px 4px;&quot;&gt;+CategoryId : string&lt;/p&gt;&lt;p style=&quot;color: rgb(63, 63, 63); scrollbar-color: rgb(226, 226, 226) rgb(251, 251, 251); margin: 0px 0px 0px 4px;&quot;&gt;+ImageUrl : IformFile&lt;/p&gt;&lt;p style=&quot;margin:0px;margin-left:4px;&quot;&gt;&lt;br&gt;&lt;/p&gt;&lt;hr size=&quot;1&quot; style=&quot;border-style:solid;&quot;&gt;&lt;p style=&quot;margin:0px;margin-left:4px;&quot;&gt;&lt;br&gt;&lt;/p&gt;" style="verticalAlign=top;align=left;overflow=fill;html=1;whiteSpace=wrap;" parent="1" vertex="1">
                    <mxGeometry x="122.5" y="1285" width="170" height="150" as="geometry"/>
                </mxCell>
                <mxCell id="105" value="&lt;p style=&quot;margin:0px;margin-top:4px;text-align:center;&quot;&gt;&lt;/p&gt;&lt;p style=&quot;margin:0px;margin-left:4px;&quot;&gt;&lt;b&gt;LoginViewModelAdapter&lt;/b&gt;&lt;/p&gt;&lt;p style=&quot;margin:0px;margin-left:4px;&quot;&gt;&lt;br&gt;&lt;/p&gt;&lt;hr size=&quot;1&quot; style=&quot;border-style:solid;&quot;&gt;&lt;p style=&quot;margin:0px;margin-left:4px;&quot;&gt;&lt;span style=&quot;color: rgb(63, 63, 63); scrollbar-color: rgb(226, 226, 226) rgb(251, 251, 251); background-color: transparent;&quot;&gt;+Convert&lt;/span&gt;&lt;/p&gt;&lt;p style=&quot;text-align: center; margin: 0px 0px 0px 4px;&quot;&gt;&lt;span style=&quot;color: rgb(63, 63, 63); scrollbar-color: rgb(226, 226, 226) rgb(251, 251, 251); background-color: transparent;&quot;&gt;(&lt;/span&gt;&lt;span style=&quot;scrollbar-color: rgb(226, 226, 226) rgb(251, 251, 251); background-color: transparent; text-align: center; color: rgb(63, 63, 63);&quot;&gt;&amp;nbsp;{Token, EmployeeAccount}&lt;/span&gt;&lt;span style=&quot;background-color: transparent; scrollbar-color: rgb(226, 226, 226) rgb(251, 251, 251); color: rgb(63, 63, 63);&quot;&gt;)&lt;/span&gt;&lt;span style=&quot;background-color: transparent; color: rgb(63, 63, 63);&quot;&gt;：TokenResponse&lt;/span&gt;&lt;/p&gt;" style="verticalAlign=top;align=left;overflow=fill;html=1;whiteSpace=wrap;" parent="1" vertex="1">
                    <mxGeometry x="2520" y="1120" width="240" height="120" as="geometry"/>
                </mxCell>
                <mxCell id="112" value="" style="endArrow=open;startArrow=circlePlus;endFill=0;startFill=0;endSize=8;html=1;" parent="1" source="102" target="101" edge="1">
                    <mxGeometry width="160" relative="1" as="geometry">
                        <mxPoint x="650" y="1450" as="sourcePoint"/>
                        <mxPoint x="810" y="1450" as="targetPoint"/>
                    </mxGeometry>
                </mxCell>
                <mxCell id="114" value="" style="endArrow=open;startArrow=circlePlus;endFill=0;startFill=0;endSize=8;html=1;" parent="1" source="99" target="98" edge="1">
                    <mxGeometry width="160" relative="1" as="geometry">
                        <mxPoint x="2170" y="1450" as="sourcePoint"/>
                        <mxPoint x="2330" y="1450" as="targetPoint"/>
                    </mxGeometry>
                </mxCell>
                <mxCell id="116" value="GetCategoryResponce" style="swimlane;fontStyle=1;align=center;verticalAlign=top;childLayout=stackLayout;horizontal=1;startSize=26;horizontalStack=0;resizeParent=1;resizeParentMax=0;resizeLast=0;collapsible=1;marginBottom=0;whiteSpace=wrap;html=1;" vertex="1" parent="1">
                    <mxGeometry x="-210" y="1330" width="260" height="60" as="geometry"/>
                </mxCell>
-                 <mxCell id="117" value="&lt;span style=&quot;color: rgb(63, 63, 63);&quot;&gt;+Products: List&amp;lt;productsItem&amp;gt;&amp;nbsp;&lt;/span&gt;" style="text;strokeColor=none;fillColor=none;align=left;verticalAlign=top;spacingLeft=4;spacingRight=4;overflow=hidden;rotatable=0;points=[[0,0.5],[1,0.5]];portConstraint=eastwest;whiteSpace=wrap;html=1;" vertex="1" parent="116">
+                 <mxCell id="117" value="&lt;span style=&quot;color: rgb(63, 63, 63);&quot;&gt;+Categories: List&amp;lt;categoriesItem&amp;gt;&amp;nbsp;&lt;/span&gt;" style="text;strokeColor=none;fillColor=none;align=left;verticalAlign=top;spacingLeft=4;spacingRight=4;overflow=hidden;rotatable=0;points=[[0,0.5],[1,0.5]];portConstraint=eastwest;whiteSpace=wrap;html=1;" vertex="1" parent="116">
                    <mxGeometry y="26" width="260" height="26" as="geometry"/>
                </mxCell>
                <mxCell id="118" value="" style="line;strokeWidth=1;fillColor=none;align=left;verticalAlign=middle;spacingTop=-1;spacingLeft=3;spacingRight=3;rotatable=0;labelPosition=right;points=[];portConstraint=eastwest;strokeColor=inherit;" vertex="1" parent="116">
                    <mxGeometry y="52" width="260" height="8" as="geometry"/>
                </mxCell>
-                 <mxCell id="120" value="&lt;p style=&quot;margin:0px;margin-top:4px;text-align:center;&quot;&gt;&lt;span style=&quot;color: rgb(63, 63, 63);&quot;&gt;&lt;b&gt;CategoriesItem&lt;/b&gt;&lt;/span&gt;&lt;/p&gt;&lt;hr size=&quot;1&quot; style=&quot;border-style:solid;&quot;&gt;&lt;p style=&quot;margin:0px;margin-left:4px;&quot;&gt;&lt;/p&gt;&lt;p style=&quot;margin:0px;margin-left:4px;&quot;&gt;&lt;/p&gt;+productUuid:string&lt;div&gt;+Name : string&amp;nbsp;&lt;/div&gt;" style="verticalAlign=top;align=left;overflow=fill;html=1;whiteSpace=wrap;" vertex="1" parent="1">
+                 <mxCell id="120" value="&lt;p style=&quot;margin:0px;margin-top:4px;text-align:center;&quot;&gt;&lt;span style=&quot;color: rgb(63, 63, 63);&quot;&gt;&lt;b&gt;CategoriesItem&lt;/b&gt;&lt;/span&gt;&lt;/p&gt;&lt;hr size=&quot;1&quot; style=&quot;border-style:solid;&quot;&gt;&lt;p style=&quot;margin:0px;margin-left:4px;&quot;&gt;&lt;/p&gt;&lt;p style=&quot;margin:0px;margin-left:4px;&quot;&gt;&lt;/p&gt;+CategoryUuid:string&lt;div&gt;&lt;font color=&quot;#000000&quot;&gt;+CategoryId:string&lt;br&gt;&lt;/font&gt;&lt;div&gt;+Name : string&amp;nbsp;&lt;/div&gt;&lt;/div&gt;" style="verticalAlign=top;align=left;overflow=fill;html=1;whiteSpace=wrap;" vertex="1" parent="1">
                    <mxGeometry x="-220" y="1460" width="210" height="120" as="geometry"/>
                </mxCell>
                <mxCell id="121" value="" style="endArrow=open;startArrow=circlePlus;endFill=0;startFill=0;endSize=8;html=1;exitX=0.5;exitY=0;exitDx=0;exitDy=0;" edge="1" parent="1" source="120">
                    <mxGeometry width="160" relative="1" as="geometry">
                        <mxPoint x="630" y="1460" as="sourcePoint"/>
                        <mxPoint x="-115" y="1390" as="targetPoint"/>
                    </mxGeometry>
                </mxCell>
            </root>
        </mxGraphModel>
    </diagram>
</mxfile>